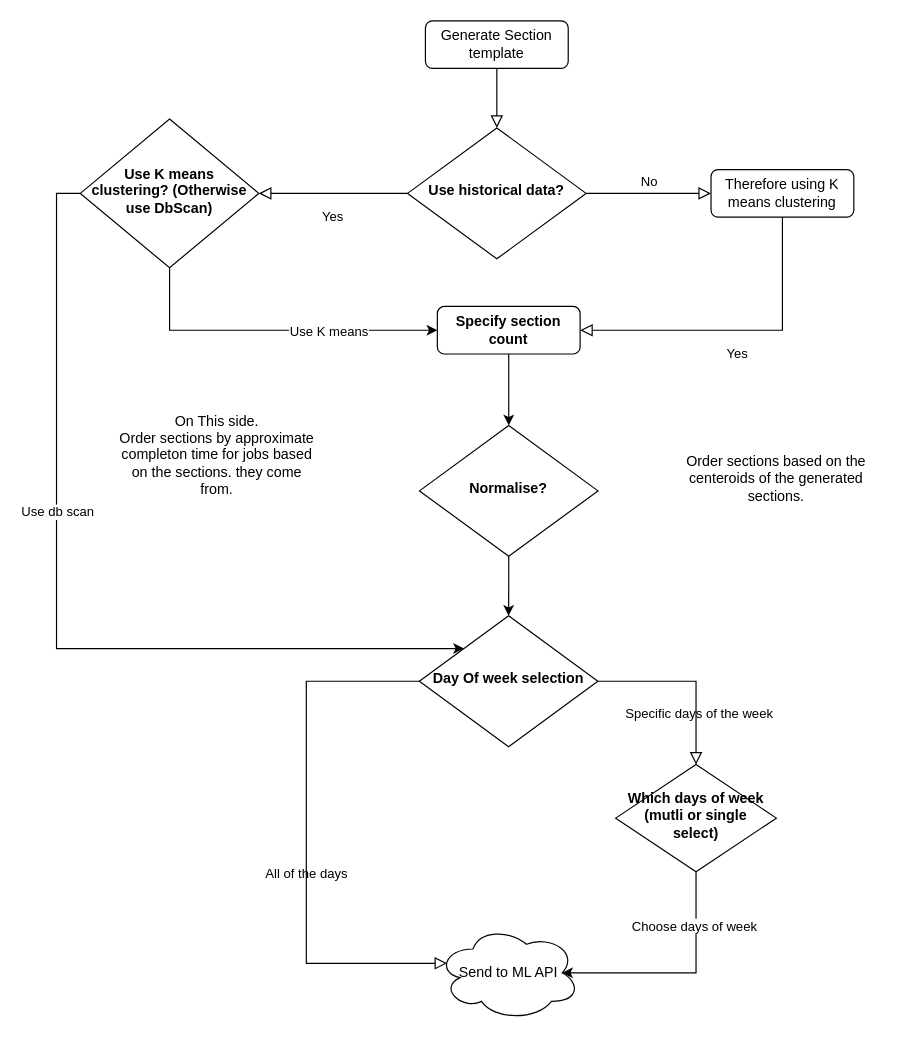
Before: RouteSectionGenerationFlow.drawio in gbates-e2open/drawioFiles, a draw.io diagram. Source tidied: cells renumbered, new cells numbered last; positions are measured from the earlier drawing's top-left corner, leaving out a move shared by most shapes. Both pictures are drawn from the tidied source at 119%, with x=0, y=0 at pixel (56, 20).
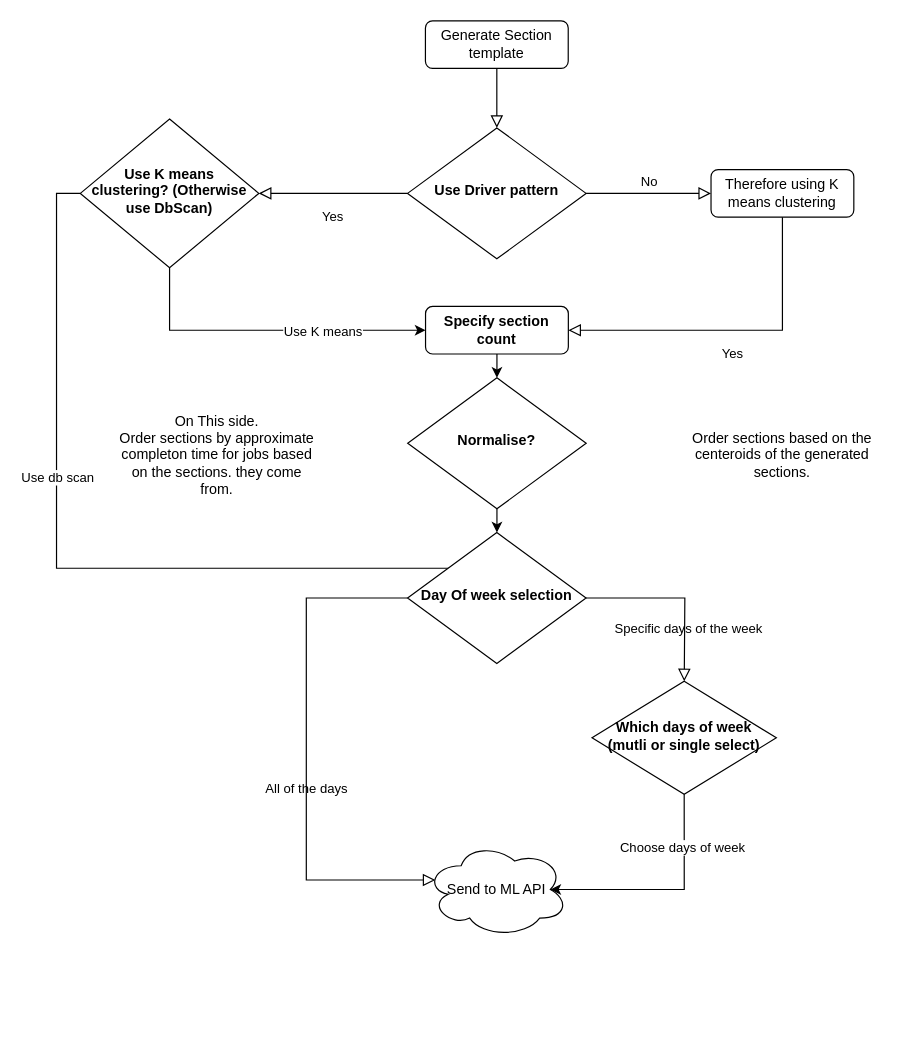
Above is the later version.

The change refers to these unchanged cells:
```xml
<mxCell id="12" value="Use K means clustering? (Otherwise use DbScan)" style="rhombus;whiteSpace=wrap;html=1;shadow=0;fontFamily=Helvetica;fontSize=12;align=center;strokeWidth=1;spacing=6;spacingTop=-4;fontStyle=1;" parent="1" vertex="1">
  <mxGeometry x="20" y="82.5" width="150" height="125" as="geometry" />
</mxCell>
```

Diff of the diagram source:
```diff
@@
-    <mxCell id="6" value="Use historical data?" style="rhombus;whiteSpace=wrap;html=1;shadow=0;fontFamily=Helvetica;fontSize=12;align=center;strokeWidth=1;spacing=6;spacingTop=-4;fontStyle=1;" parent="1" vertex="1">
+    <mxCell id="6" value="Use Driver pattern" style="rhombus;whiteSpace=wrap;html=1;shadow=0;fontFamily=Helvetica;fontSize=12;align=center;strokeWidth=1;spacing=6;spacingTop=-4;fontStyle=1;" parent="1" vertex="1">
       <mxGeometry x="295" y="90" width="150" height="110" as="geometry" />
     </mxCell>
@@
-    <mxCell id="10" style="edgeStyle=orthogonalEdgeStyle;rounded=0;jettySize=auto;html=1;exitX=0;exitY=0.5;exitDx=0;exitDy=0;entryX=0;entryY=0;entryDx=0;entryDy=0;" parent="1" edge="1" source="12" target="16">
+    <mxCell id="10" style="edgeStyle=orthogonalEdgeStyle;rounded=0;jettySize=auto;html=1;exitX=0;exitY=0.5;exitDx=0;exitDy=0;entryX=0;entryY=0;entryDx=0;entryDy=0;endArrow=classicThin;endFill=1;" parent="1" edge="1" source="12" target="16">
       <mxGeometry relative="1" as="geometry">
         <Array as="points">
           <mxPoint y="145" />
-          <mxPoint y="527" />
+          <mxPoint y="460" />
+          <mxPoint x="333" y="460" />
         </Array>
       </mxGeometry>
     </mxCell>
@@
     <mxCell id="14" value="Specify section count" style="rounded=1;whiteSpace=wrap;html=1;fontSize=12;glass=0;strokeWidth=1;shadow=0;fontStyle=1;" parent="1" vertex="1">
-      <mxGeometry x="320" y="240" width="120" height="40" as="geometry" />
+      <mxGeometry x="310.1" y="240" width="120" height="40" as="geometry" />
     </mxCell>
@@
     <mxCell id="16" value="Day Of week selection" style="rhombus;whiteSpace=wrap;html=1;shadow=0;fontFamily=Helvetica;fontSize=12;align=center;strokeWidth=1;spacing=6;spacingTop=-4;fontStyle=1;" parent="1" vertex="1">
-      <mxGeometry x="304.9" y="500" width="150" height="110" as="geometry" />
+      <mxGeometry x="295" y="430" width="150" height="110" as="geometry" />
     </mxCell>
     <mxCell id="17" value="All of the days" style="rounded=0;html=1;jettySize=auto;fontSize=11;endArrow=block;endFill=0;endSize=8;strokeWidth=1;shadow=0;labelBackgroundColor=none;edgeStyle=orthogonalEdgeStyle;exitX=0;exitY=0.5;exitDx=0;exitDy=0;entryX=0.07;entryY=0.4;entryDx=0;entryDy=0;entryPerimeter=0;" parent="1" edge="1" source="16" target="20">
       <mxGeometry x="0.14" relative="1" as="geometry">
         <Array as="points">
-          <mxPoint x="209.9" y="555" />
-          <mxPoint x="209.9" y="792" />
+          <mxPoint x="209.9" y="485" />
+          <mxPoint x="209.9" y="722" />
         </Array>
       </mxGeometry>
     </mxCell>
     <mxCell id="18" value="Which days of week&lt;div&gt;(mutli or single select)&lt;/div&gt;" style="rhombus;whiteSpace=wrap;html=1;shadow=0;fontFamily=Helvetica;fontSize=12;align=center;strokeWidth=1;spacing=6;spacingTop=-4;fontStyle=1;" parent="1" vertex="1">
-      <mxGeometry x="469.9" y="625" width="135" height="90" as="geometry" />
+      <mxGeometry x="450" y="555" width="154.9" height="95" as="geometry" />
     </mxCell>
-    <mxCell id="19" value="Specific days of the week" style="rounded=0;html=1;jettySize=auto;fontSize=11;endArrow=block;endFill=0;endSize=8;strokeWidth=1;shadow=0;labelBackgroundColor=none;edgeStyle=orthogonalEdgeStyle;exitX=1;exitY=0.5;exitDx=0;exitDy=0;entryX=0.5;entryY=0;entryDx=0;entryDy=0;" parent="1" edge="1" source="16" target="18">
+    <mxCell id="19" value="Specific days of the week" style="rounded=0;html=1;jettySize=auto;fontSize=11;endArrow=block;endFill=0;endSize=8;strokeWidth=1;shadow=0;labelBackgroundColor=none;edgeStyle=orthogonalEdgeStyle;exitX=1;exitY=0.5;exitDx=0;exitDy=0;entryX=0.5;entryY=0;entryDx=0;entryDy=0;" parent="1" edge="1" source="16">
       <mxGeometry x="0.41" y="3" relative="1" as="geometry">
+        <mxPoint x="527.5" y="555" as="targetPoint" />
         <mxPoint y="1" as="offset" />
       </mxGeometry>
     </mxCell>
     <mxCell id="20" value="Send to ML API" style="ellipse;shape=cloud;whiteSpace=wrap;html=1;" parent="1" vertex="1">
-      <mxGeometry x="319.9" y="760" width="120" height="80" as="geometry" />
+      <mxGeometry x="310" y="690" width="120" height="80" as="geometry" />
     </mxCell>
-    <mxCell id="21" style="edgeStyle=orthogonalEdgeStyle;rounded=0;jettySize=auto;html=1;exitX=0.5;exitY=1;exitDx=0;exitDy=0;entryX=0.875;entryY=0.5;entryDx=0;entryDy=0;entryPerimeter=0;" parent="1" edge="1" source="18" target="20">
+    <mxCell id="21" style="edgeStyle=orthogonalEdgeStyle;rounded=0;jettySize=auto;html=1;entryX=0.875;entryY=0.5;entryDx=0;entryDy=0;entryPerimeter=0;exitX=0.5;exitY=1;exitDx=0;exitDy=0;" parent="1" edge="1" source="18" target="20">
       <mxGeometry relative="1" as="geometry">
         <Array as="points">
-          <mxPoint x="537.9" y="800" />
+          <mxPoint x="527" y="730" />
         </Array>
       </mxGeometry>
     </mxCell>
@@
     <mxCell id="24" value="Normalise?" style="rhombus;whiteSpace=wrap;html=1;shadow=0;fontFamily=Helvetica;fontSize=12;align=center;strokeWidth=1;spacing=6;spacingTop=-4;fontStyle=1;" parent="1" vertex="1">
-      <mxGeometry x="305" y="340" width="150" height="110" as="geometry" />
+      <mxGeometry x="295.1" y="300" width="150" height="110" as="geometry" />
     </mxCell>
@@
     <mxCell id="26" value="Order sections based on the centeroids of the generated sections." style="text;html=1;align=center;verticalAlign=middle;whiteSpace=wrap;rounded=0;" parent="1" vertex="1">
-      <mxGeometry x="520" y="320" width="170" height="130" as="geometry" />
+      <mxGeometry x="525" y="300" width="170" height="130" as="geometry" />
     </mxCell>
```
